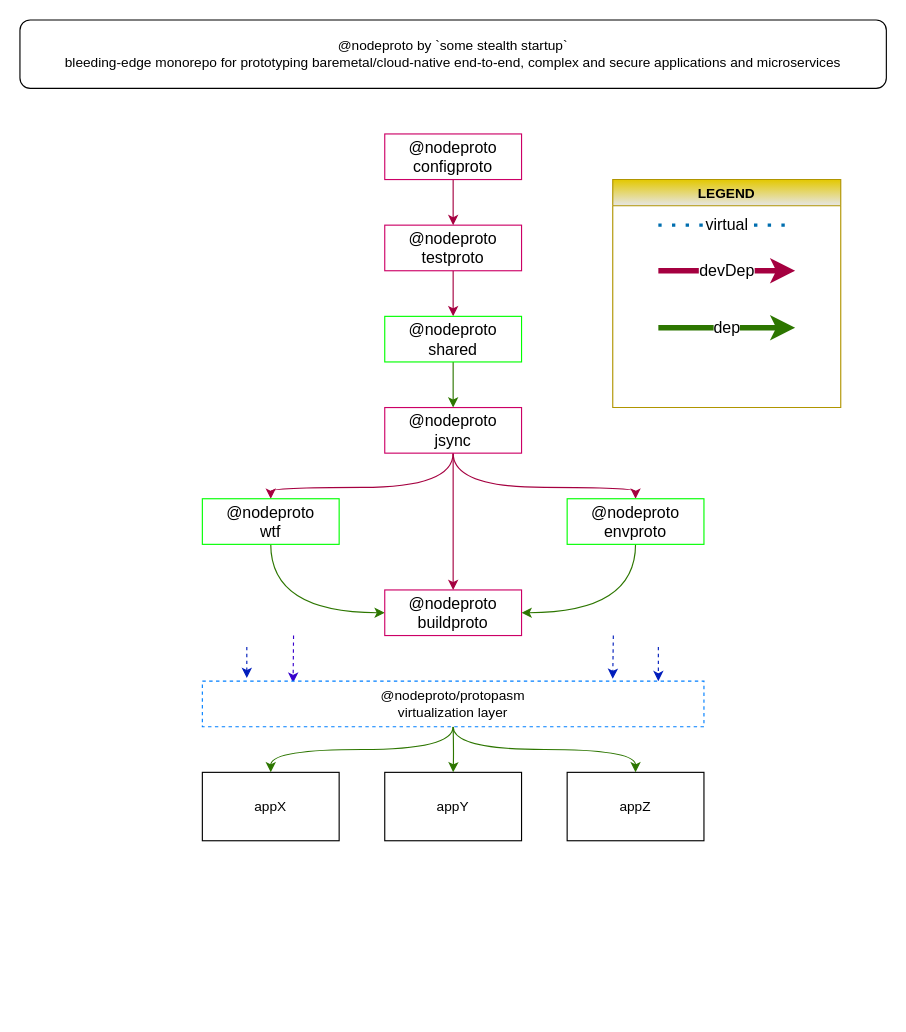
This is doc/architecture.drawio from noahehall/nodeproto, a draw.io file, before an edit. Source tidied: cells renumbered, new cells numbered last; positions are measured from the earlier drawing's top-left corner, leaving out a move shared by most shapes. Both pictures are drawn from the tidied source at 114%, with x=0, y=0 at pixel (19, 19).
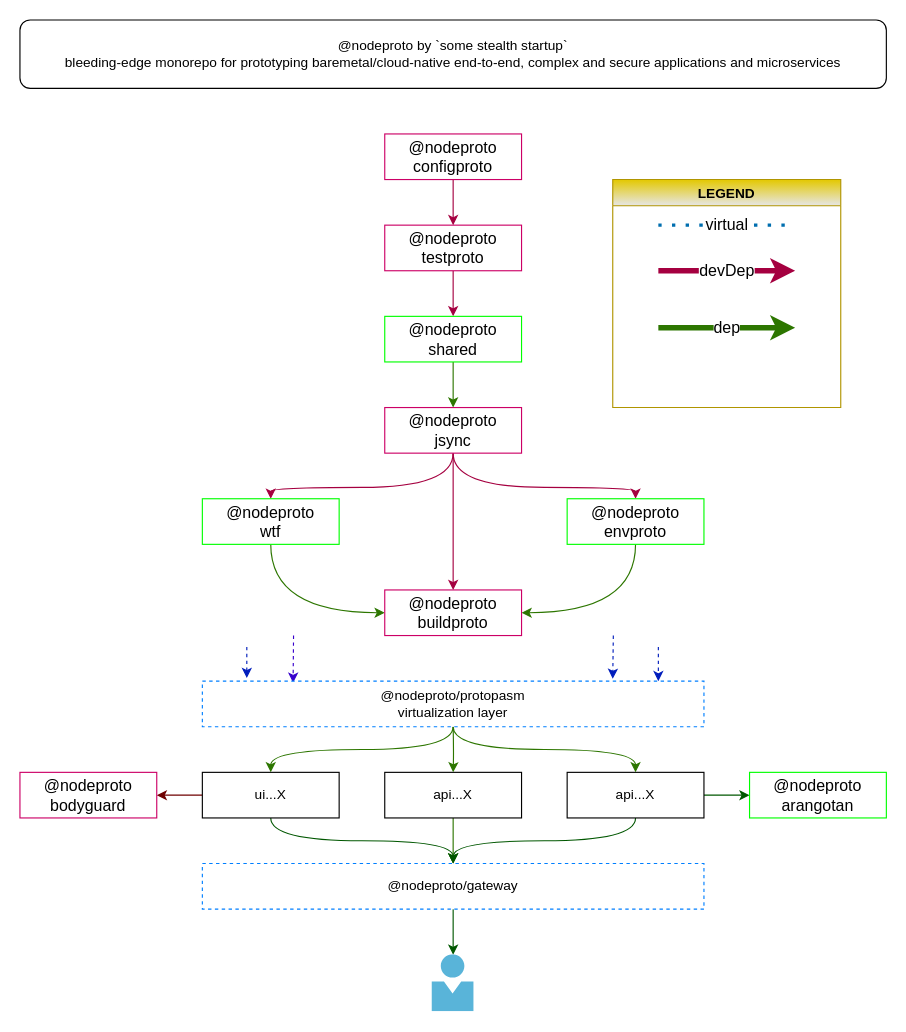
Above is the later version.

What changed in the source:
```diff
@@
+    <mxCell id="34" style="edgeStyle=orthogonalEdgeStyle;curved=1;jettySize=auto;html=1;entryX=1;entryY=0.5;entryDx=0;entryDy=0;fillColor=#a20025;strokeColor=#6F0000;" parent="1" edge="1" source="21" target="39">
+      <mxGeometry relative="1" as="geometry" />
+    </mxCell>
+    <mxCell id="35" style="edgeStyle=orthogonalEdgeStyle;curved=1;jettySize=auto;html=1;entryX=0.5;entryY=0;entryDx=0;entryDy=0;fillColor=#008a00;strokeColor=#005700;" parent="1" edge="1" source="21" target="41">
+      <mxGeometry relative="1" as="geometry" />
+    </mxCell>
-    <mxCell id="21" value="appX" style="rounded=0;whiteSpace=wrap;html=1;" parent="1" vertex="1">
-      <mxGeometry x="160" y="660" width="120" height="60" as="geometry" />
+    <mxCell id="21" value="ui...X" style="rounded=0;whiteSpace=wrap;html=1;" parent="1" vertex="1">
+      <mxGeometry x="160" y="660" width="120" height="40" as="geometry" />
     </mxCell>
+    <mxCell id="36" style="edgeStyle=orthogonalEdgeStyle;jettySize=auto;html=1;entryX=0.5;entryY=0;entryDx=0;entryDy=0;curved=1;fillColor=#60a917;strokeColor=#2D7600;" parent="1" edge="1" source="22" target="41">
+      <mxGeometry relative="1" as="geometry" />
+    </mxCell>
-    <mxCell id="22" value="appY" style="rounded=0;whiteSpace=wrap;html=1;" parent="1" vertex="1">
-      <mxGeometry x="320" y="660" width="120" height="60" as="geometry" />
+    <mxCell id="22" value="api...X" style="rounded=0;whiteSpace=wrap;html=1;" parent="1" vertex="1">
+      <mxGeometry x="320" y="660" width="120" height="40" as="geometry" />
     </mxCell>
+    <mxCell id="37" style="edgeStyle=orthogonalEdgeStyle;jettySize=auto;html=1;curved=1;fillColor=#008a00;strokeColor=#005700;" parent="1" edge="1" source="23" target="41">
+      <mxGeometry relative="1" as="geometry" />
+    </mxCell>
+    <mxCell id="38" style="edgeStyle=orthogonalEdgeStyle;curved=1;jettySize=auto;html=1;entryX=0;entryY=0.5;entryDx=0;entryDy=0;fillColor=#008a00;strokeColor=#005700;" parent="1" edge="1" source="23" target="43">
+      <mxGeometry relative="1" as="geometry" />
+    </mxCell>
-    <mxCell id="23" value="appZ" style="rounded=0;whiteSpace=wrap;html=1;" parent="1" vertex="1">
-      <mxGeometry x="480" y="660" width="120" height="60" as="geometry" />
+    <mxCell id="23" value="api...X" style="rounded=0;whiteSpace=wrap;html=1;" parent="1" vertex="1">
+      <mxGeometry x="480" y="660" width="120" height="40" as="geometry" />
     </mxCell>
@@
+    <mxCell id="39" value="@nodeproto&lt;br style=&quot;font-size: 14px&quot;&gt;bodyguard" style="whiteSpace=wrap;html=1;fontSize=14;strokeColor=#CC0066;" parent="1" vertex="1">
+      <mxGeometry y="660" width="120" height="40" as="geometry" />
+    </mxCell>
+    <mxCell id="40" style="edgeStyle=orthogonalEdgeStyle;curved=1;jettySize=auto;html=1;fillColor=#008a00;strokeColor=#005700;" parent="1" edge="1" source="41" target="42">
+      <mxGeometry relative="1" as="geometry" />
+    </mxCell>
+    <mxCell id="41" value="@nodeproto/gateway" style="rounded=0;whiteSpace=wrap;html=1;strokeColor=#007FFF;dashed=1;" parent="1" vertex="1">
+      <mxGeometry x="160" y="740" width="440" height="40" as="geometry" />
+    </mxCell>
+    <mxCell id="42" style="html=1;points=[];align=center;image;fontSize=12;image=img/lib/mscae/Person.svg;" parent="1" vertex="1">
+      <mxGeometry x="361.5" y="820" width="37" height="50" as="geometry" />
+    </mxCell>
+    <mxCell id="43" value="@nodeproto&lt;br style=&quot;font-size: 14px&quot;&gt;arangotan" style="whiteSpace=wrap;html=1;fontSize=14;strokeColor=#00FF00;" parent="1" vertex="1">
+      <mxGeometry x="640" y="660" width="120" height="40" as="geometry" />
+    </mxCell>
```
